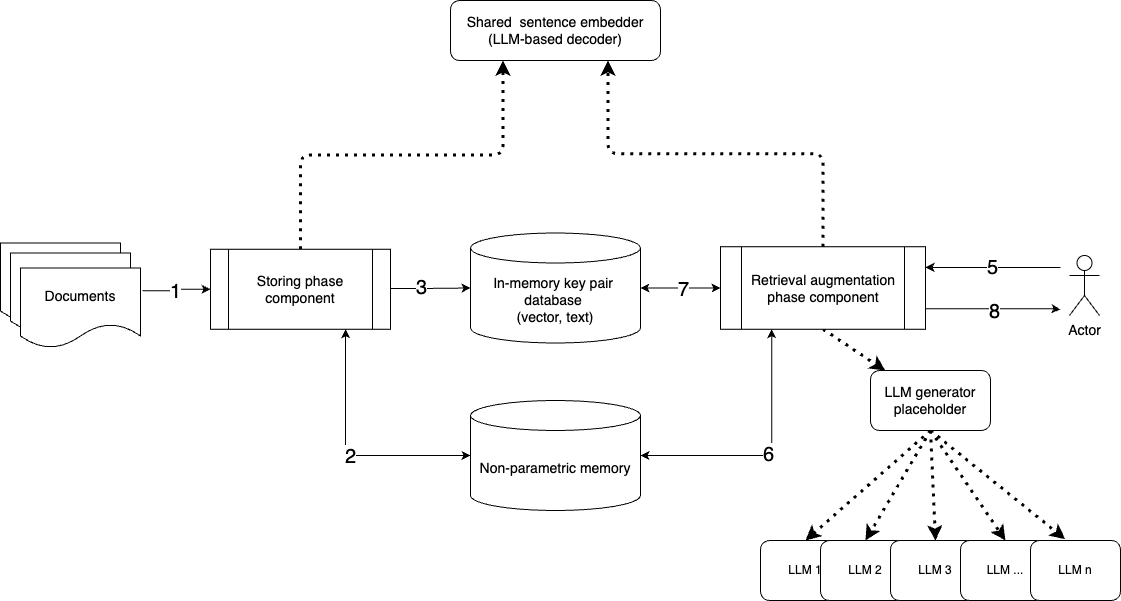
Earlier version of the draw.io export resources/graphs/ragSystemArhitecture.png (mgrabul/RagSystems). Source tidied: cells renumbered, new cells last; positions are measured from the earlier drawing's top-left corner, leaving out a move shared by most shapes.
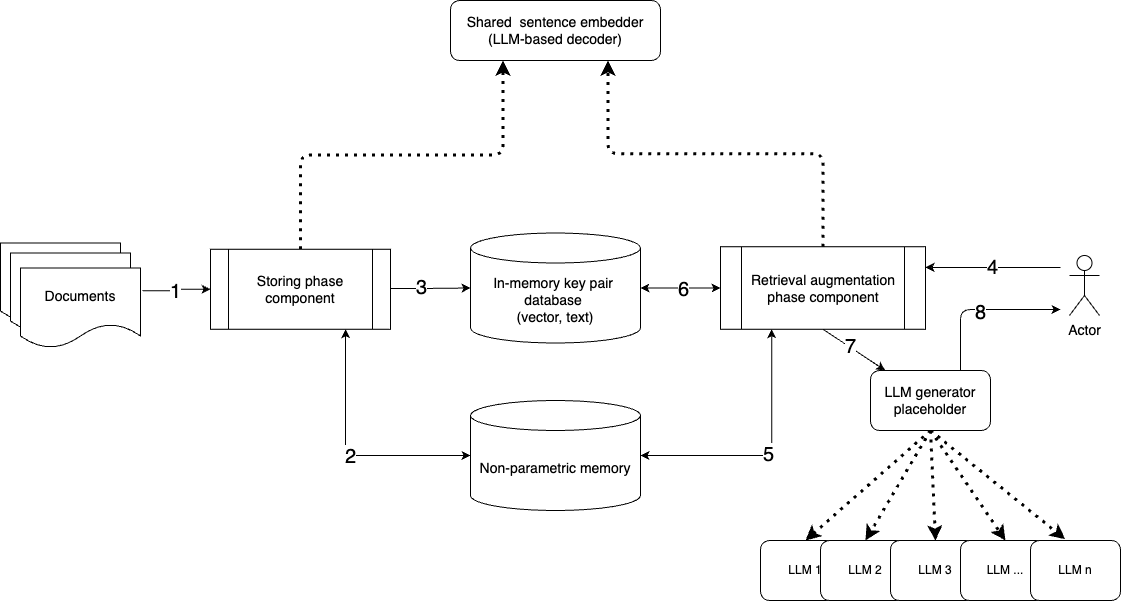
Above is the later version.

What changed in the source:
```diff
@@ -5,7 +5,7 @@
     <mxCell id="2" style="edgeStyle=orthogonalEdgeStyle;html=1;exitX=1;exitY=0.5;exitDx=0;exitDy=0;exitPerimeter=0;entryX=0.25;entryY=1;entryDx=0;entryDy=0;startArrow=classic;startFill=1;" parent="1" edge="1" source="4" target="23">
       <mxGeometry relative="1" as="geometry" />
     </mxCell>
-    <mxCell id="3" value="6" style="edgeLabel;html=1;align=center;verticalAlign=middle;fontSize=20;" parent="2" vertex="1">
+    <mxCell id="3" value="5" style="edgeLabel;html=1;align=center;verticalAlign=middle;fontSize=20;" parent="2" vertex="1">
       <mxGeometry y="2" relative="1" as="geometry">
         <mxPoint x="-2" as="offset" />
       </mxGeometry>
@@ -61,18 +61,18 @@
     <mxCell id="16" value="&lt;font style=&quot;font-size: 14px;&quot;&gt;Storing phase component&lt;/font&gt;" style="shape=process;whiteSpace=wrap;html=1;backgroundOutline=1;" parent="1" vertex="1">
       <mxGeometry x="210" y="248.8" width="180" height="80" as="geometry" />
     </mxCell>
-    <mxCell id="17" style="edgeStyle=elbowEdgeStyle;html=1;exitX=1;exitY=0.75;exitDx=0;exitDy=0;" parent="1" edge="1" source="23">
+    <mxCell id="17" style="edgeStyle=elbowEdgeStyle;html=1;exitX=0.75;exitY=0;exitDx=0;exitDy=0;" parent="1" edge="1" source="32">
       <mxGeometry relative="1" as="geometry">
         <mxPoint x="1060" y="309" as="targetPoint" />
         <Array as="points">
-          <mxPoint x="1050" y="240" />
+          <mxPoint x="960" y="340" />
         </Array>
       </mxGeometry>
     </mxCell>
     <mxCell id="18" value="&lt;font style=&quot;font-size: 20px;&quot;&gt;8&lt;/font&gt;" style="edgeLabel;html=1;align=center;verticalAlign=middle;" parent="17" vertex="1">
       <mxGeometry y="-2" relative="1" as="geometry" />
     </mxCell>
-    <mxCell id="19" style="edgeStyle=none;jumpSize=6;html=1;exitX=0.5;exitY=1;exitDx=0;exitDy=0;dashed=1;dashPattern=1 2;strokeWidth=3;" parent="1" edge="1" source="23" target="32">
+    <mxCell id="19" style="edgeStyle=none;jumpSize=6;html=1;exitX=0.5;exitY=1;exitDx=0;exitDy=0;strokeWidth=1;" parent="1" edge="1" source="23" target="32">
       <mxGeometry relative="1" as="geometry" />
     </mxCell>
     <mxCell id="20" style="edgeStyle=orthogonalEdgeStyle;rounded=1;jumpSize=6;html=1;exitX=0.5;exitY=0;exitDx=0;exitDy=0;entryX=0.75;entryY=1;entryDx=0;entryDy=0;strokeWidth=3;dashed=1;dashPattern=1 2;" parent="1" edge="1" source="23" target="26">
@@ -81,13 +81,13 @@
     <mxCell id="21" style="edgeStyle=orthogonalEdgeStyle;html=1;exitX=0;exitY=0.5;exitDx=0;exitDy=0;entryX=1;entryY=0.5;entryDx=0;entryDy=0;entryPerimeter=0;fontSize=20;startArrow=classic;startFill=1;" parent="1" edge="1" source="23" target="5">
       <mxGeometry relative="1" as="geometry" />
     </mxCell>
-    <mxCell id="22" value="7" style="edgeLabel;html=1;align=center;verticalAlign=middle;fontSize=20;" parent="21" vertex="1">
+    <mxCell id="22" value="6" style="edgeLabel;html=1;align=center;verticalAlign=middle;fontSize=20;" parent="21" vertex="1">
       <mxGeometry x="-0.05" y="1" relative="1" as="geometry" />
     </mxCell>
     <mxCell id="23" value="&lt;font style=&quot;font-size: 14px;&quot;&gt;Retrieval augmentation phase component&lt;br&gt;&lt;/font&gt;" style="shape=process;whiteSpace=wrap;html=1;backgroundOutline=1;" parent="1" vertex="1">
       <mxGeometry x="720" y="246.2" width="205" height="82.5" as="geometry" />
     </mxCell>
-    <mxCell id="24" value="&lt;font style=&quot;font-size: 20px;&quot;&gt;5&lt;/font&gt;" style="edgeStyle=elbowEdgeStyle;html=1;entryX=1;entryY=0.25;entryDx=0;entryDy=0;" parent="1" edge="1" target="23">
+    <mxCell id="24" value="&lt;font style=&quot;font-size: 20px;&quot;&gt;4&lt;/font&gt;" style="edgeStyle=elbowEdgeStyle;html=1;entryX=1;entryY=0.25;entryDx=0;entryDy=0;" parent="1" edge="1" target="23">
       <mxGeometry relative="1" as="geometry">
         <mxPoint x="1060" y="267" as="sourcePoint" />
         <Array as="points">
@@ -134,5 +134,10 @@
     <mxCell id="37" value="LLM n" style="rounded=1;whiteSpace=wrap;html=1;" parent="1" vertex="1">
       <mxGeometry x="1030" y="540" width="90" height="60" as="geometry" />
     </mxCell>
+    <mxCell id="38" value="7" style="edgeLabel;html=1;align=center;verticalAlign=middle;fontSize=20;" parent="1" vertex="1">
+      <mxGeometry x="692" y="298.5" as="geometry">
+        <mxPoint x="157" y="47" as="offset" />
+      </mxGeometry>
+    </mxCell>
   </root>
 </mxGraphModel>
```
